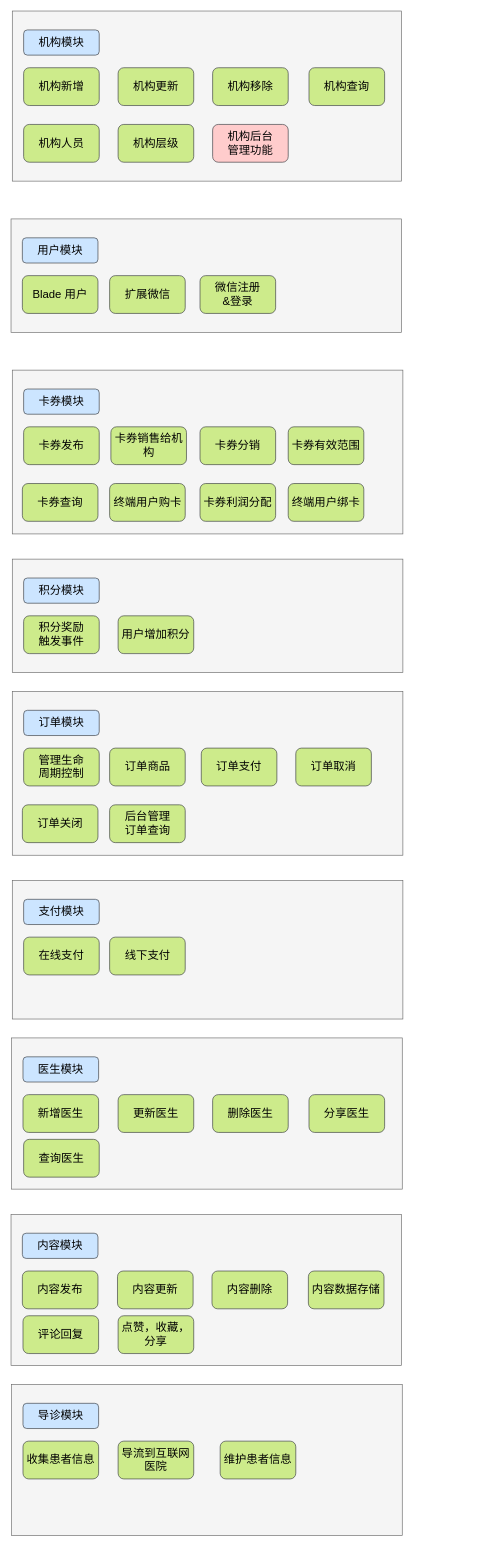
Before: jbh/淑乐功能拆解.drawio in GitHeP/diagrams, a draw.io diagram. Source tidied: cells renumbered, new cells numbered last; positions are measured from the earlier drawing's top-left corner, leaving out a move shared by most shapes. Both pictures are drawn from the tidied source at 63%, with x=0, y=0 at pixel (11, 11).
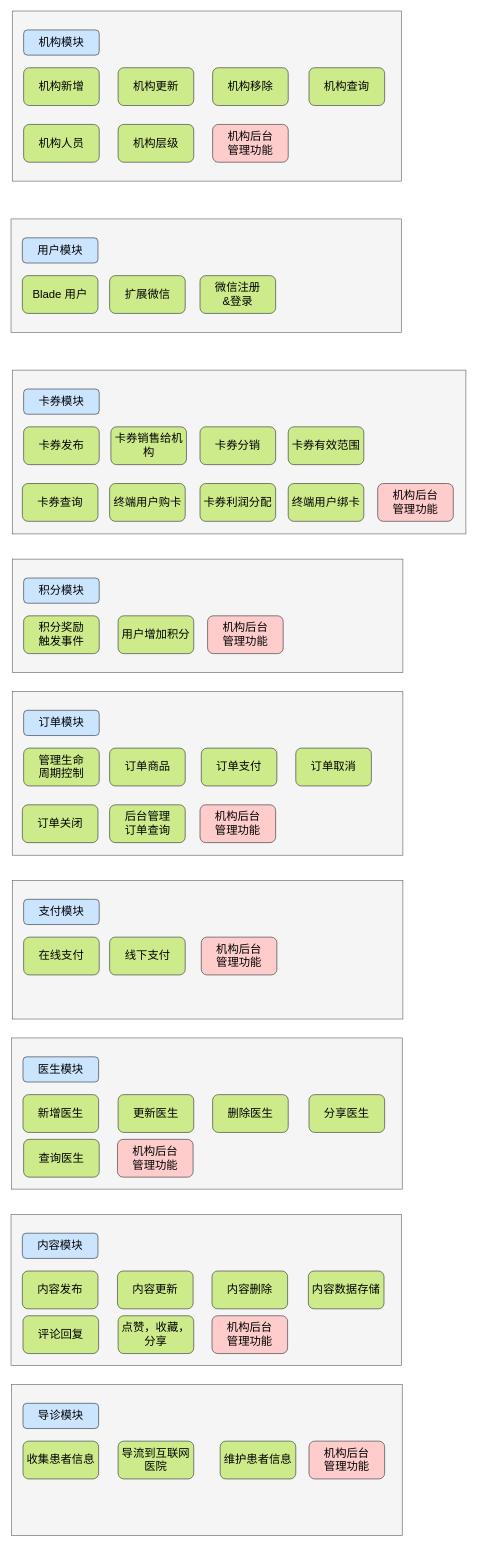
After the change.

Commit message:
更新淑乐功能拆解.drawio

Change to the diagram source:
```diff
@@
     <mxCell id="16" style="rounded=0;whiteSpace=wrap;html=1;fillColor=#f5f5f5;fontColor=#333333;strokeColor=#666666;" parent="1" vertex="1">
-      <mxGeometry x="2" y="570" width="620" height="260" as="geometry" />
+      <mxGeometry x="2" y="570" width="720" height="260" as="geometry" />
     </mxCell>
@@
+    <mxCell id="62" value="&lt;font style=&quot;font-size: 18px;&quot;&gt;机构后台&lt;br&gt;管理功能&lt;/font&gt;" style="rounded=1;whiteSpace=wrap;html=1;fillColor=#ffcccc;strokeColor=#36393d;" parent="1" vertex="1">
+      <mxGeometry x="582" y="750" width="120" height="60" as="geometry" />
+    </mxCell>
+    <mxCell id="63" value="&lt;font style=&quot;font-size: 18px;&quot;&gt;机构后台&lt;br&gt;管理功能&lt;/font&gt;" style="rounded=1;whiteSpace=wrap;html=1;fillColor=#ffcccc;strokeColor=#36393d;" parent="1" vertex="1">
+      <mxGeometry x="312" y="960" width="120" height="60" as="geometry" />
+    </mxCell>
+    <mxCell id="64" value="&lt;font style=&quot;font-size: 18px;&quot;&gt;机构后台&lt;br&gt;管理功能&lt;/font&gt;" style="rounded=1;whiteSpace=wrap;html=1;fillColor=#ffcccc;strokeColor=#36393d;" parent="1" vertex="1">
+      <mxGeometry x="300" y="1260" width="120" height="60" as="geometry" />
+    </mxCell>
+    <mxCell id="65" value="&lt;font style=&quot;font-size: 18px;&quot;&gt;机构后台&lt;br&gt;管理功能&lt;/font&gt;" style="rounded=1;whiteSpace=wrap;html=1;fillColor=#ffcccc;strokeColor=#36393d;" parent="1" vertex="1">
+      <mxGeometry x="302" y="1470" width="120" height="60" as="geometry" />
+    </mxCell>
+    <mxCell id="66" value="&lt;font style=&quot;font-size: 18px;&quot;&gt;机构后台&lt;br&gt;管理功能&lt;/font&gt;" style="rounded=1;whiteSpace=wrap;html=1;fillColor=#ffcccc;strokeColor=#36393d;" parent="1" vertex="1">
+      <mxGeometry x="169" y="1791" width="120" height="60" as="geometry" />
+    </mxCell>
+    <mxCell id="67" value="&lt;font style=&quot;font-size: 18px;&quot;&gt;机构后台&lt;br&gt;管理功能&lt;/font&gt;" style="rounded=1;whiteSpace=wrap;html=1;fillColor=#ffcccc;strokeColor=#36393d;" parent="1" vertex="1">
+      <mxGeometry x="319" y="2071" width="120" height="60" as="geometry" />
+    </mxCell>
+    <mxCell id="68" value="&lt;font style=&quot;font-size: 18px;&quot;&gt;机构后台&lt;br&gt;管理功能&lt;/font&gt;" style="rounded=1;whiteSpace=wrap;html=1;fillColor=#ffcccc;strokeColor=#36393d;" parent="1" vertex="1">
+      <mxGeometry x="473" y="2270" width="120" height="60" as="geometry" />
+    </mxCell>
```
